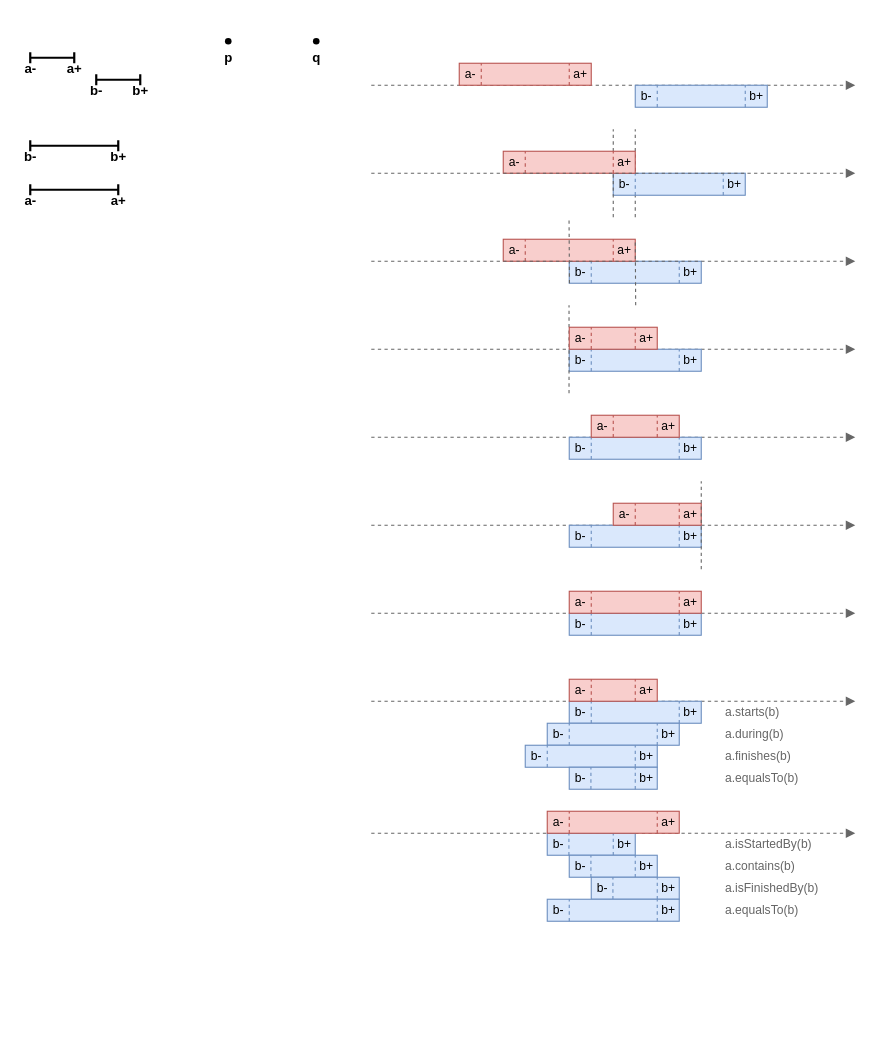
Above: page "Relations-Src" (4 of 4) of res/resources.drawio in gchudnov/mindthegap (draw.io), before the change. Source tidied: cells renumbered, new cells numbered last; positions are measured from the earlier drawing's top-left corner, leaving out a move shared by most shapes. Both pictures are drawn from the tidied source at 110%, with x=0, y=0 at pixel (19, 19).
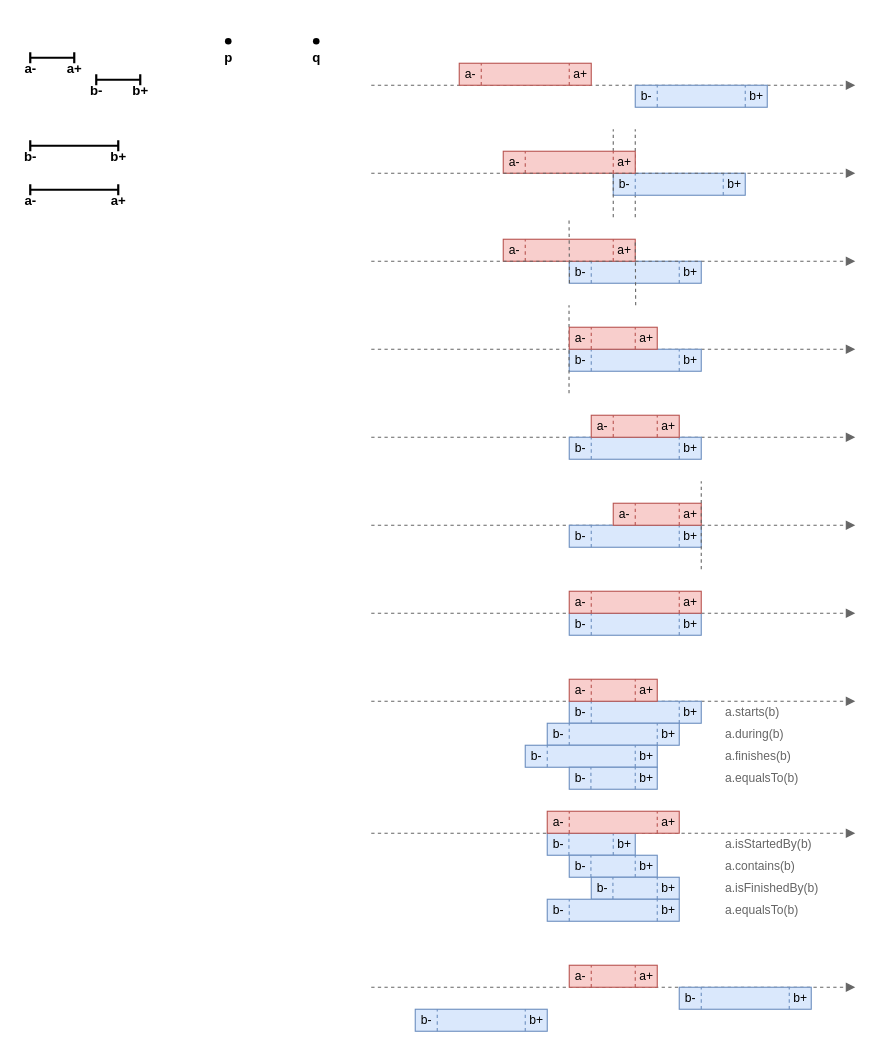
The same diagram, later.

The edit, as a diff of the source:
```diff
@@
+    <mxCell id="187" style="endArrow=block;html=1;fontSize=12;strokeWidth=1;fillColor=#f5f5f5;strokeColor=#666666;endFill=1;dashed=1;" parent="1" edge="1">
+      <mxGeometry relative="1" as="geometry">
+        <mxPoint x="320" y="880" as="sourcePoint" />
+        <mxPoint x="760" y="880" as="targetPoint" />
+      </mxGeometry>
+    </mxCell>
+    <mxCell id="188" style="group;" parent="1" vertex="1">
+      <mxGeometry x="600" y="880" width="120" height="20" as="geometry" />
+    </mxCell>
+    <mxCell id="189" style="rounded=0;whiteSpace=wrap;html=1;fontSize=12;strokeWidth=1;fillColor=#dae8fc;strokeColor=#6c8ebf;" parent="188" vertex="1">
+      <mxGeometry width="120" height="20" as="geometry" />
+    </mxCell>
+    <mxCell id="190" value="b-" style="text;html=1;strokeColor=none;fillColor=none;align=center;verticalAlign=middle;rounded=0;fontSize=11;" parent="188" vertex="1">
+      <mxGeometry width="20" height="20" as="geometry" />
+    </mxCell>
+    <mxCell id="191" value="b+" style="text;strokeColor=none;fillColor=none;align=center;verticalAlign=middle;rounded=0;fontSize=11;html=1;spacing=2;" parent="188" vertex="1">
+      <mxGeometry x="100" width="20" height="20" as="geometry" />
+    </mxCell>
+    <mxCell id="192" style="endArrow=none;dashed=1;html=1;strokeWidth=1;fontSize=11;fillColor=#dae8fc;strokeColor=#6c8ebf;" parent="188" edge="1">
+      <mxGeometry relative="1" as="geometry">
+        <mxPoint x="100" y="20" as="sourcePoint" />
+        <mxPoint x="100" as="targetPoint" />
+      </mxGeometry>
+    </mxCell>
+    <mxCell id="193" style="endArrow=none;dashed=1;html=1;strokeWidth=1;fontSize=11;fillColor=#dae8fc;strokeColor=#6c8ebf;" parent="188" edge="1">
+      <mxGeometry relative="1" as="geometry">
+        <mxPoint x="20" y="20" as="sourcePoint" />
+        <mxPoint x="20" as="targetPoint" />
+      </mxGeometry>
+    </mxCell>
+    <mxCell id="194" style="group;" parent="1" vertex="1">
+      <mxGeometry x="500" y="860" width="80" height="20" as="geometry" />
+    </mxCell>
+    <mxCell id="195" style="rounded=0;whiteSpace=wrap;html=1;fontSize=12;strokeWidth=1;fillColor=#f8cecc;strokeColor=#b85450;" parent="194" vertex="1">
+      <mxGeometry width="80" height="20" as="geometry" />
+    </mxCell>
+    <mxCell id="196" value="&lt;p style=&quot;line-height: 1.2&quot;&gt;a-&lt;/p&gt;" style="text;html=1;strokeColor=none;fillColor=none;align=center;verticalAlign=middle;rounded=0;fontSize=11;labelPosition=center;verticalLabelPosition=middle;horizontal=1;" parent="194" vertex="1">
+      <mxGeometry width="20" height="20" as="geometry" />
+    </mxCell>
+    <mxCell id="197" value="a+" style="text;html=1;strokeColor=none;fillColor=none;align=center;verticalAlign=middle;rounded=0;fontSize=11;spacing=2;" parent="194" vertex="1">
+      <mxGeometry x="60" width="20" height="20" as="geometry" />
+    </mxCell>
+    <mxCell id="198" style="endArrow=none;dashed=1;html=1;strokeWidth=1;fontSize=11;fillColor=#f8cecc;strokeColor=#b85450;" parent="194" edge="1">
+      <mxGeometry relative="1" as="geometry">
+        <mxPoint x="60" y="20" as="sourcePoint" />
+        <mxPoint x="60" as="targetPoint" />
+      </mxGeometry>
+    </mxCell>
+    <mxCell id="199" style="endArrow=none;dashed=1;html=1;strokeWidth=1;fontSize=11;fillColor=#f8cecc;strokeColor=#b85450;" parent="194" edge="1">
+      <mxGeometry relative="1" as="geometry">
+        <mxPoint x="20" y="20" as="sourcePoint" />
+        <mxPoint x="20" as="targetPoint" />
+      </mxGeometry>
+    </mxCell>
+    <mxCell id="200" style="group;" parent="1" vertex="1">
+      <mxGeometry x="360" y="900" width="120" height="20" as="geometry" />
+    </mxCell>
+    <mxCell id="201" style="rounded=0;whiteSpace=wrap;html=1;fontSize=12;strokeWidth=1;fillColor=#dae8fc;strokeColor=#6c8ebf;" parent="200" vertex="1">
+      <mxGeometry width="120" height="20" as="geometry" />
+    </mxCell>
+    <mxCell id="202" value="b-" style="text;html=1;strokeColor=none;fillColor=none;align=center;verticalAlign=middle;rounded=0;fontSize=11;" parent="200" vertex="1">
+      <mxGeometry width="20" height="20" as="geometry" />
+    </mxCell>
+    <mxCell id="203" value="b+" style="text;strokeColor=none;fillColor=none;align=center;verticalAlign=middle;rounded=0;fontSize=11;html=1;spacing=2;" parent="200" vertex="1">
+      <mxGeometry x="100" width="20" height="20" as="geometry" />
+    </mxCell>
+    <mxCell id="204" style="endArrow=none;dashed=1;html=1;strokeWidth=1;fontSize=11;fillColor=#dae8fc;strokeColor=#6c8ebf;" parent="200" edge="1">
+      <mxGeometry relative="1" as="geometry">
+        <mxPoint x="100" y="20" as="sourcePoint" />
+        <mxPoint x="100" as="targetPoint" />
+      </mxGeometry>
+    </mxCell>
+    <mxCell id="205" style="endArrow=none;dashed=1;html=1;strokeWidth=1;fontSize=11;fillColor=#dae8fc;strokeColor=#6c8ebf;" parent="200" edge="1">
+      <mxGeometry relative="1" as="geometry">
+        <mxPoint x="20" y="20" as="sourcePoint" />
+        <mxPoint x="20" as="targetPoint" />
+      </mxGeometry>
+    </mxCell>
```
